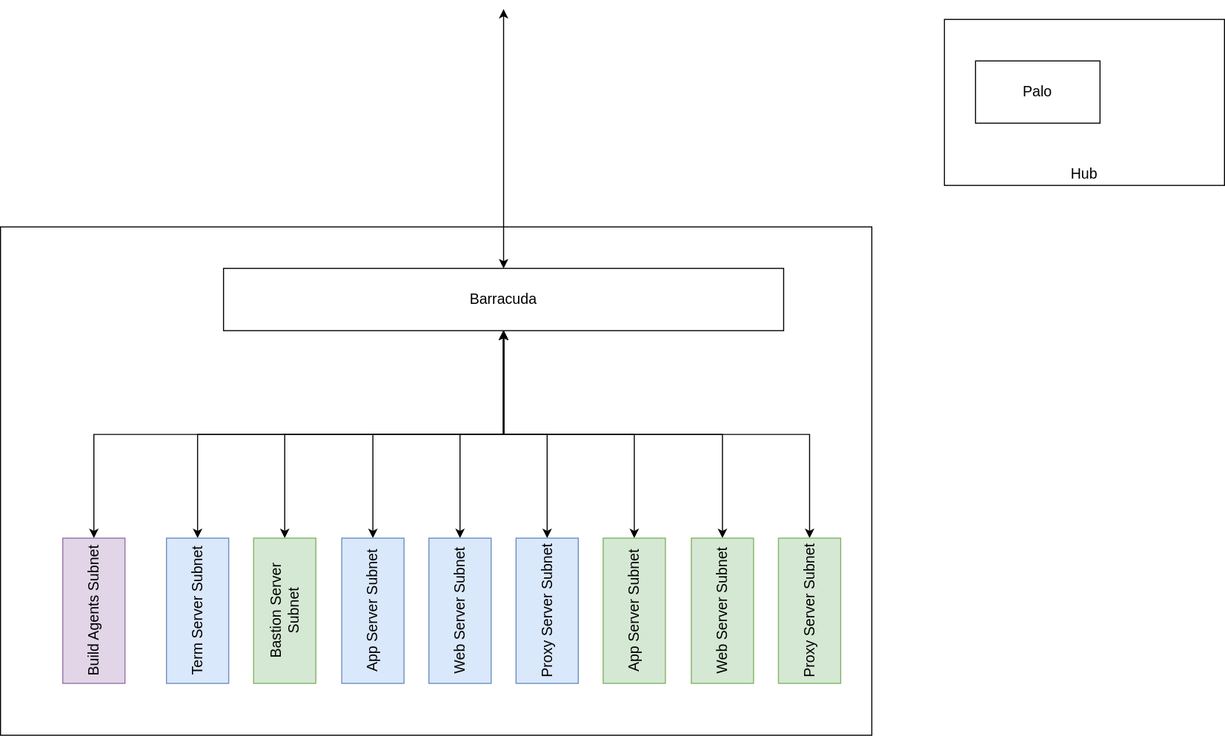
Before: PaloAltoSwitchover.svg, a diagram exported from draw.io (vjavle/invoicecloud). Source tidied: cells renumbered, new cells last; positions are measured from the earlier drawing's top-left corner, leaving out a move shared by most shapes.
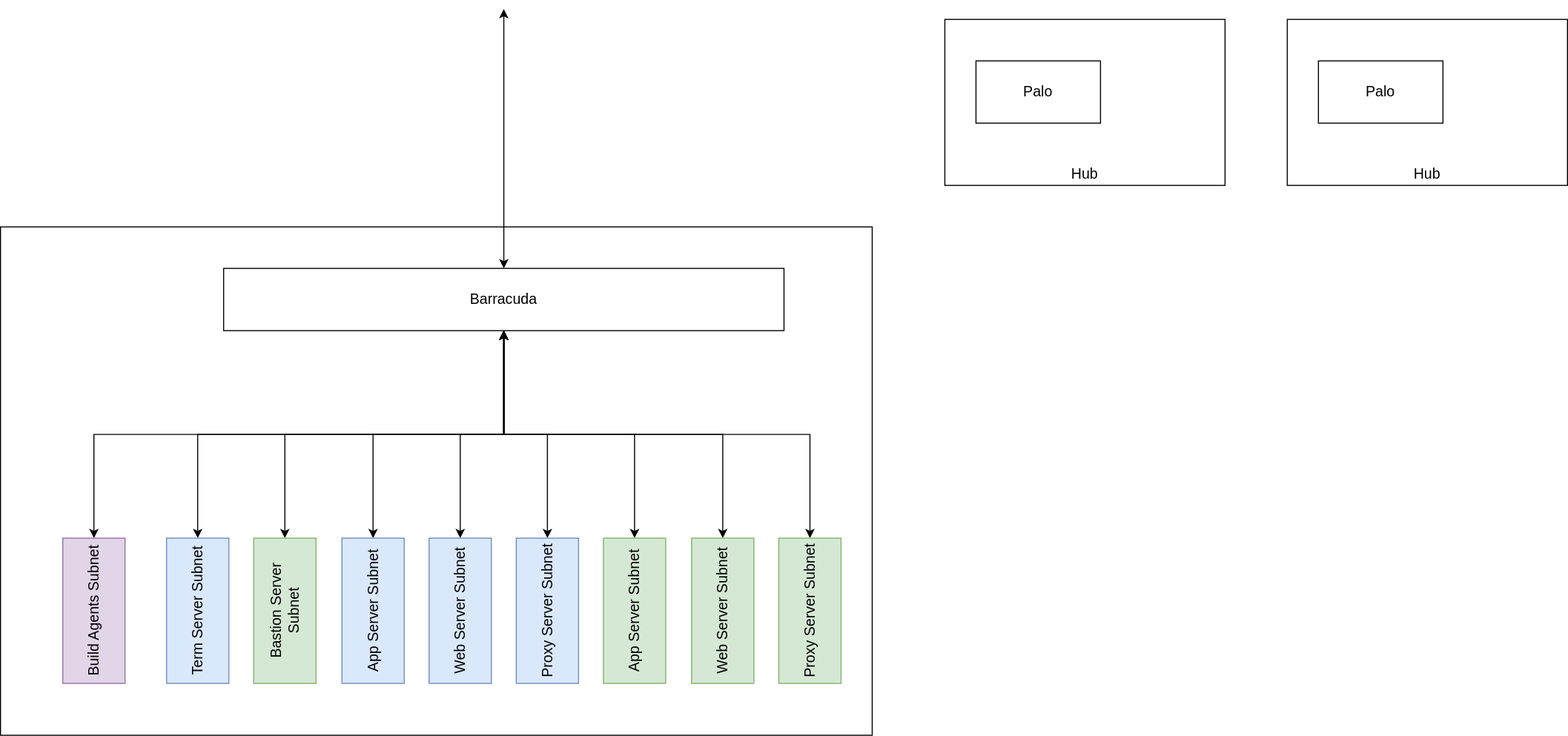
The same diagram one commit later.

What changed in the source:
```diff
@@ -78,5 +78,11 @@
     <mxCell id="24" value="Palo" style="rounded=0;whiteSpace=wrap;html=1;fontSize=14;" parent="1" vertex="1">
       <mxGeometry x="940" y="50" width="120" height="60" as="geometry" />
     </mxCell>
+    <mxCell id="25" value="Hub" style="rounded=0;whiteSpace=wrap;html=1;fontSize=14;verticalAlign=bottom;" parent="1" vertex="1">
+      <mxGeometry x="1240" y="10" width="270" height="160" as="geometry" />
+    </mxCell>
+    <mxCell id="26" value="Palo" style="rounded=0;whiteSpace=wrap;html=1;fontSize=14;" parent="1" vertex="1">
+      <mxGeometry x="1270" y="50" width="120" height="60" as="geometry" />
+    </mxCell>
   </root>
 </mxGraphModel>
```
